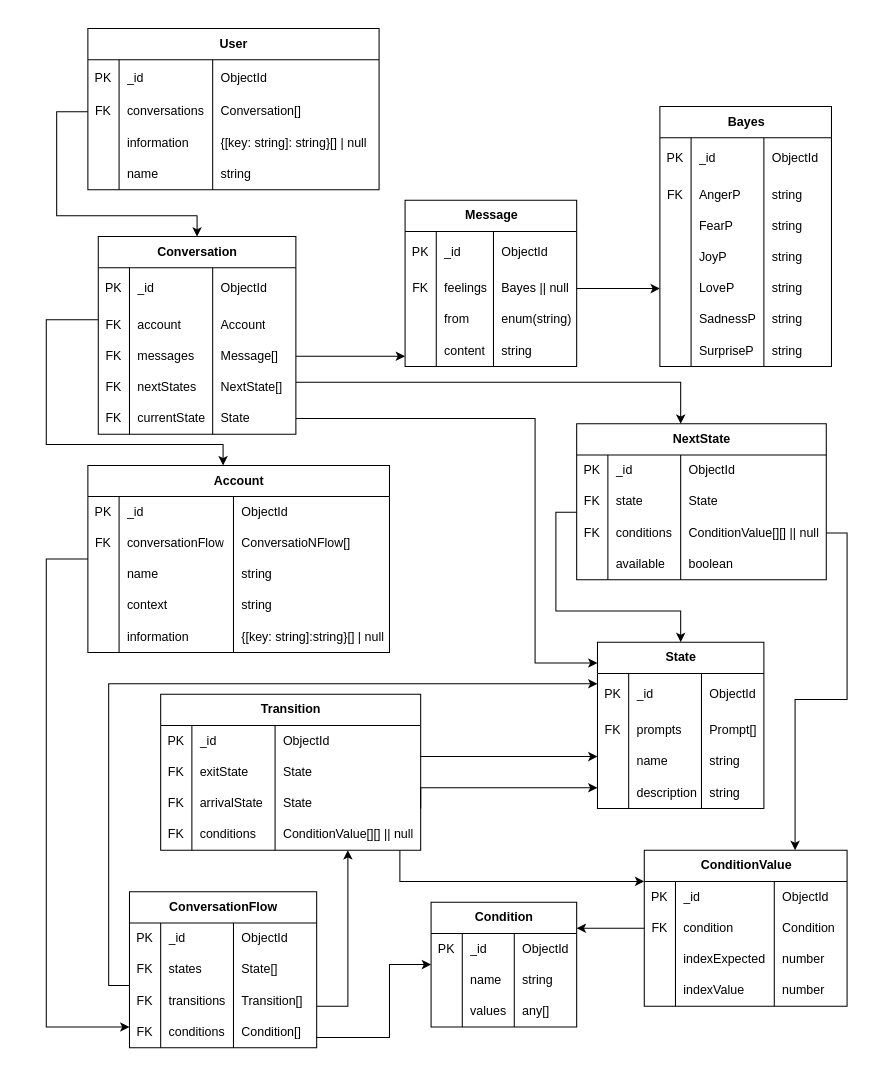
JesseAngeles/Servidor-ChatBot-inteligente keeps this draw.io diagram as Documentation/ER.drawio. Above is the earlier version. Source tidied: cells renumbered, new cells numbered last; positions are measured from the earlier drawing's top-left corner, leaving out a move shared by most shapes. Both pictures are drawn from the tidied source at 104%, with x=0, y=0 at pixel (46, 28).
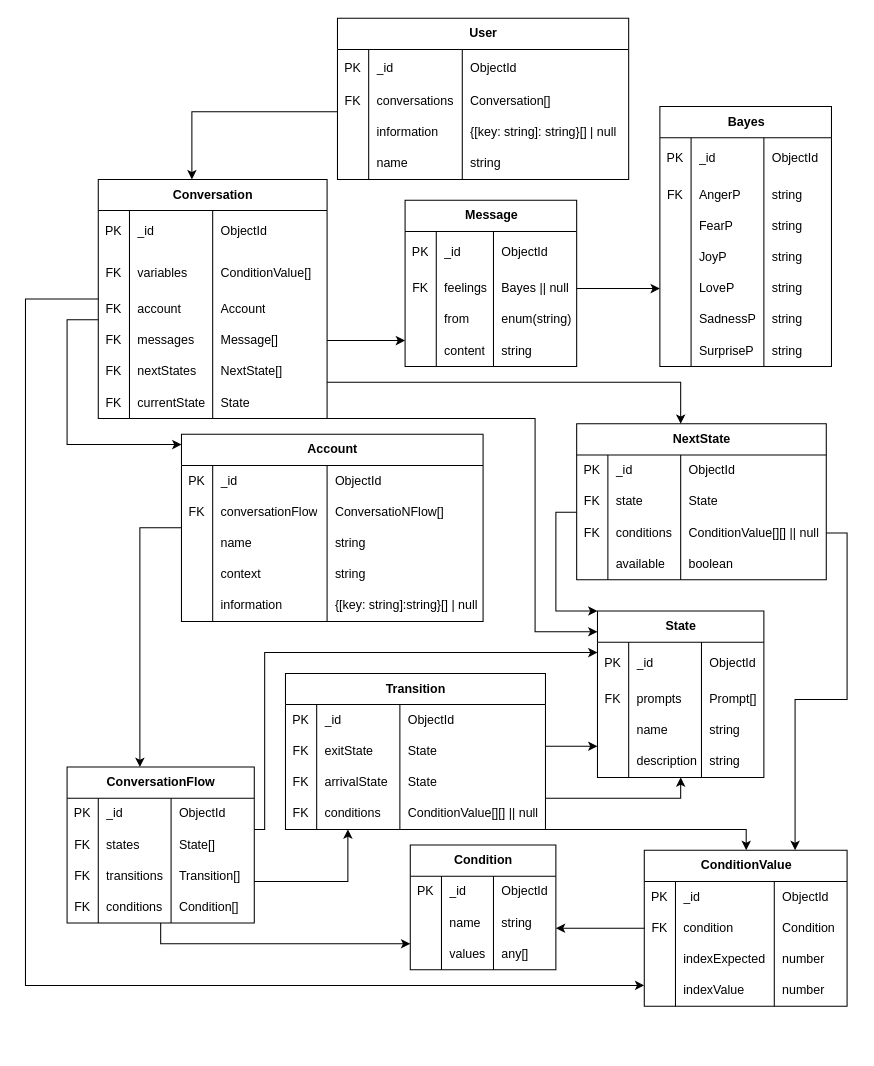
After the change.

Unchanged cells that the change refers to:
```xml
<mxCell id="37" style="shape=tableRow;horizontal=0;startSize=0;swimlaneHead=0;swimlaneBody=0;fillColor=none;points=[[0,0.5],[1,0.5]];portConstraint=eastwest;top=0;left=0;right=0;bottom=0;" parent="32" vertex="1">
  <mxGeometry y="60" width="180" height="30" as="geometry" />
</mxCell>
<mxCell id="41" style="shape=tableRow;horizontal=0;startSize=0;swimlaneHead=0;swimlaneBody=0;fillColor=none;points=[[0,0.5],[1,0.5]];portConstraint=eastwest;top=0;left=0;right=0;bottom=0;" parent="32" vertex="1">
  <mxGeometry y="90" width="180" height="30" as="geometry" />
</mxCell>
<mxCell id="45" style="shape=tableRow;horizontal=0;startSize=0;swimlaneHead=0;swimlaneBody=0;fillColor=none;points=[[0,0.5],[1,0.5]];portConstraint=eastwest;top=0;left=0;right=0;bottom=0;" parent="32" vertex="1">
  <mxGeometry y="120" width="180" height="30" as="geometry" />
</mxCell>
<mxCell id="54" style="shape=tableRow;horizontal=0;startSize=0;swimlaneHead=0;swimlaneBody=0;fillColor=none;points=[[0,0.5],[1,0.5]];portConstraint=eastwest;top=0;left=0;right=0;bottom=0;" parent="49" vertex="1">
  <mxGeometry y="60" width="290" height="30" as="geometry" />
</mxCell>
<mxCell id="75" style="shape=tableRow;horizontal=0;startSize=0;swimlaneHead=0;swimlaneBody=0;fillColor=none;points=[[0,0.5],[1,0.5]];portConstraint=eastwest;top=0;left=0;right=0;bottom=0;" parent="70" vertex="1">
  <mxGeometry y="60" width="250" height="30" as="geometry" />
</mxCell>
<mxCell id="79" style="shape=tableRow;horizontal=0;startSize=0;swimlaneHead=0;swimlaneBody=0;fillColor=none;points=[[0,0.5],[1,0.5]];portConstraint=eastwest;top=0;left=0;right=0;bottom=0;" parent="70" vertex="1">
  <mxGeometry y="90" width="250" height="30" as="geometry" />
</mxCell>
<mxCell id="83" style="shape=tableRow;horizontal=0;startSize=0;swimlaneHead=0;swimlaneBody=0;fillColor=none;points=[[0,0.5],[1,0.5]];portConstraint=eastwest;top=0;left=0;right=0;bottom=0;" parent="70" vertex="1">
  <mxGeometry y="120" width="250" height="30" as="geometry" />
</mxCell>
<mxCell id="104" value="ConditionValue" style="shape=table;startSize=30;childLayout=tableLayout;rowLines=0;fontStyle=1;align=center;html=1;" parent="1" vertex="1">
  <mxGeometry x="575" y="790" width="195" height="150" as="geometry" />
</mxCell>
<mxCell id="138" style="shape=tableRow;horizontal=0;startSize=0;swimlaneHead=0;swimlaneBody=0;fillColor=none;points=[[0,0.5],[1,0.5]];portConstraint=eastwest;top=0;left=0;right=0;bottom=0;" parent="133" vertex="1">
  <mxGeometry y="65" width="280" height="30" as="geometry" />
</mxCell>
```

Change to the diagram source:
```diff
@@
     <mxCell id="2" value="State" style="shape=table;startSize=30;childLayout=tableLayout;rowLines=0;fontStyle=1;align=center;html=1;" parent="1" vertex="1">
-      <mxGeometry x="530" y="590" width="160" height="160" as="geometry" />
+      <mxGeometry x="530" y="560" width="160" height="160" as="geometry" />
     </mxCell>
@@
     <mxCell id="19" value="Condition" style="shape=table;startSize=30;childLayout=tableLayout;rowLines=0;fontStyle=1;align=center;html=1;" parent="1" vertex="1">
-      <mxGeometry x="370" y="840" width="140" height="120" as="geometry" />
+      <mxGeometry x="350" y="785" width="140" height="120" as="geometry" />
     </mxCell>
@@
     <mxCell id="32" value="ConversationFlow" style="shape=table;startSize=30;childLayout=tableLayout;rowLines=0;fontStyle=1;align=center;html=1;" parent="1" vertex="1">
-      <mxGeometry x="80" y="830" width="180" height="150" as="geometry" />
+      <mxGeometry x="20" y="710" width="180" height="150" as="geometry" />
     </mxCell>
@@
     <mxCell id="49" value="Account" style="shape=table;startSize=30;childLayout=tableLayout;rowLines=0;fontStyle=1;align=center;html=1;" parent="1" vertex="1">
-      <mxGeometry x="40" y="420" width="290" height="180" as="geometry" />
+      <mxGeometry x="130" y="390" width="290" height="180" as="geometry" />
     </mxCell>
@@
     <mxCell id="70" value="Transition" style="shape=table;startSize=30;childLayout=tableLayout;rowLines=0;fontStyle=1;align=center;html=1;" parent="1" vertex="1">
-      <mxGeometry x="110" y="640" width="250" height="150" as="geometry" />
+      <mxGeometry x="230" y="620" width="250" height="150" as="geometry" />
     </mxCell>
@@
-    <mxCell id="121" style="endArrow=classic;html=1;rounded=0;edgeStyle=orthogonalEdgeStyle;" parent="1" edge="1" target="2">
+    <mxCell id="121" style="endArrow=classic;html=1;rounded=0;edgeStyle=orthogonalEdgeStyle;" parent="1" edge="1" source="79" target="2">
       <mxGeometry relative="1" as="geometry">
-        <mxPoint x="360" y="750" as="sourcePoint" />
         <Array as="points">
-          <mxPoint x="360" y="730" />
+          <mxPoint x="610" y="740" />
         </Array>
       </mxGeometry>
     </mxCell>
     <mxCell id="122" style="endArrow=classic;html=1;rounded=0;edgeStyle=orthogonalEdgeStyle;" parent="1" edge="1" source="75" target="2">
       <mxGeometry relative="1" as="geometry">
         <Array as="points">
-          <mxPoint x="440" y="700" />
-          <mxPoint x="440" y="700" />
+          <mxPoint x="510" y="690" />
+          <mxPoint x="510" y="690" />
         </Array>
       </mxGeometry>
     </mxCell>
     <mxCell id="123" style="endArrow=classic;html=1;rounded=0;edgeStyle=orthogonalEdgeStyle;" parent="1" edge="1" source="41" target="70">
       <mxGeometry relative="1" as="geometry">
         <Array as="points">
-          <mxPoint x="290" y="940" />
+          <mxPoint x="290" y="820" />
         </Array>
       </mxGeometry>
     </mxCell>
     <mxCell id="124" style="endArrow=classic;html=1;rounded=0;edgeStyle=orthogonalEdgeStyle;" parent="1" edge="1" source="37" target="2">
       <mxGeometry relative="1" as="geometry">
         <Array as="points">
-          <mxPoint x="60" y="920" />
-          <mxPoint x="60" y="630" />
+          <mxPoint x="210" y="770" />
+          <mxPoint x="210" y="600" />
         </Array>
       </mxGeometry>
     </mxCell>
     <mxCell id="125" style="endArrow=classic;html=1;rounded=0;edgeStyle=orthogonalEdgeStyle;" parent="1" edge="1" source="45" target="19">
       <mxGeometry relative="1" as="geometry">
         <Array as="points">
-          <mxPoint x="330" y="970" />
-          <mxPoint x="330" y="900" />
+          <mxPoint x="110" y="880" />
         </Array>
       </mxGeometry>
     </mxCell>
@@
     <mxCell id="128" style="endArrow=classic;html=1;rounded=0;edgeStyle=orthogonalEdgeStyle;" parent="1" edge="1" source="167" target="2">
       <mxGeometry relative="1" as="geometry">
         <Array as="points">
           <mxPoint x="470" y="375" />
-          <mxPoint x="470" y="610" />
+          <mxPoint x="470" y="580" />
         </Array>
       </mxGeometry>
     </mxCell>
@@
     <mxCell id="130" style="endArrow=classic;html=1;rounded=0;edgeStyle=orthogonalEdgeStyle;" parent="1" edge="1" source="54" target="32">
       <mxGeometry relative="1" as="geometry">
         <Array as="points">
-          <mxPoint y="510" />
-          <mxPoint y="960" />
+          <mxPoint x="90" y="480" />
         </Array>
       </mxGeometry>
     </mxCell>
     <mxCell id="131" style="endArrow=classic;html=1;rounded=0;edgeStyle=orthogonalEdgeStyle;" parent="1" edge="1" source="83" target="104">
       <mxGeometry relative="1" as="geometry">
         <Array as="points">
-          <mxPoint x="340" y="820" />
+          <mxPoint x="673" y="770" />
         </Array>
       </mxGeometry>
     </mxCell>
@@
     <mxCell id="133" value="User" style="shape=table;startSize=30;childLayout=tableLayout;rowLines=0;fontStyle=1;align=center;html=1;" parent="1" vertex="1">
-      <mxGeometry x="40" width="280" height="155" as="geometry" />
+      <mxGeometry x="280" y="-10" width="280" height="155" as="geometry" />
     </mxCell>
@@
     <mxCell id="150" value="Conversation" style="shape=table;startSize=30;childLayout=tableLayout;rowLines=0;fontStyle=1;align=center;html=1;" parent="1" vertex="1">
-      <mxGeometry x="50" y="200" width="190" height="190" as="geometry" />
+      <mxGeometry x="50" y="145" width="220" height="230" as="geometry" />
     </mxCell>
     <mxCell id="151" style="shape=tableRow;horizontal=0;startSize=0;swimlaneHead=0;swimlaneBody=0;fillColor=none;top=0;left=0;right=0;bottom=0;" parent="150" vertex="1">
-      <mxGeometry y="30" width="190" height="40" as="geometry" />
+      <mxGeometry y="30" width="220" height="40" as="geometry" />
     </mxCell>
@@
     <mxCell id="154" value="ObjectId" style="shape=partialRectangle;fillColor=none;top=0;left=0;bottom=0;right=0;align=left;spacingLeft=6;overflow=hidden;whiteSpace=wrap;html=1;" parent="151" vertex="1">
-      <mxGeometry x="110" width="80" height="40" as="geometry" />
+      <mxGeometry x="110" width="110" height="40" as="geometry" />
     </mxCell>
+    <mxCell id="221" style="shape=tableRow;horizontal=0;startSize=0;swimlaneHead=0;swimlaneBody=0;fillColor=none;top=0;left=0;right=0;bottom=0;" parent="150" vertex="1">
+      <mxGeometry y="70" width="220" height="40" as="geometry" />
+    </mxCell>
+    <mxCell id="222" value="FK" style="shape=partialRectangle;fillColor=none;top=0;left=0;bottom=0;right=0;overflow=hidden;whiteSpace=wrap;html=1;" parent="221" vertex="1">
+      <mxGeometry width="30" height="40" as="geometry" />
+    </mxCell>
+    <mxCell id="223" value="variables" style="shape=partialRectangle;fillColor=none;top=0;left=0;bottom=0;right=0;align=left;spacingLeft=6;overflow=hidden;whiteSpace=wrap;html=1;" parent="221" vertex="1">
+      <mxGeometry x="30" width="80" height="40" as="geometry" />
+    </mxCell>
+    <mxCell id="224" value="ConditionValue[]" style="shape=partialRectangle;fillColor=none;top=0;left=0;bottom=0;right=0;align=left;spacingLeft=6;overflow=hidden;whiteSpace=wrap;html=1;" parent="221" vertex="1">
+      <mxGeometry x="110" width="110" height="40" as="geometry" />
+    </mxCell>
     <mxCell id="155" style="shape=tableRow;horizontal=0;startSize=0;swimlaneHead=0;swimlaneBody=0;fillColor=none;points=[[0,0.5],[1,0.5]];portConstraint=eastwest;top=0;left=0;right=0;bottom=0;" parent="150" vertex="1">
-      <mxGeometry y="70" width="190" height="30" as="geometry" />
+      <mxGeometry y="110" width="220" height="30" as="geometry" />
     </mxCell>
@@
     <mxCell id="158" value="Account" style="shape=partialRectangle;fillColor=none;top=0;left=0;bottom=0;right=0;align=left;spacingLeft=6;overflow=hidden;whiteSpace=wrap;html=1;" parent="155" vertex="1">
-      <mxGeometry x="110" width="80" height="30" as="geometry" />
+      <mxGeometry x="110" width="110" height="30" as="geometry" />
     </mxCell>
     <mxCell id="159" style="shape=tableRow;horizontal=0;startSize=0;swimlaneHead=0;swimlaneBody=0;fillColor=none;points=[[0,0.5],[1,0.5]];portConstraint=eastwest;top=0;left=0;right=0;bottom=0;" parent="150" vertex="1">
-      <mxGeometry y="100" width="190" height="30" as="geometry" />
+      <mxGeometry y="140" width="220" height="30" as="geometry" />
     </mxCell>
@@
     <mxCell id="162" value="Message[]" style="shape=partialRectangle;fillColor=none;top=0;left=0;bottom=0;right=0;align=left;spacingLeft=6;overflow=hidden;whiteSpace=wrap;html=1;" parent="159" vertex="1">
-      <mxGeometry x="110" width="80" height="30" as="geometry" />
+      <mxGeometry x="110" width="110" height="30" as="geometry" />
     </mxCell>
     <mxCell id="163" style="shape=tableRow;horizontal=0;startSize=0;swimlaneHead=0;swimlaneBody=0;fillColor=none;points=[[0,0.5],[1,0.5]];portConstraint=eastwest;top=0;left=0;right=0;bottom=0;" parent="150" vertex="1">
-      <mxGeometry y="130" width="190" height="30" as="geometry" />
+      <mxGeometry y="170" width="220" height="30" as="geometry" />
     </mxCell>
@@
     <mxCell id="166" value="NextState[]" style="shape=partialRectangle;fillColor=none;top=0;left=0;bottom=0;right=0;align=left;spacingLeft=6;overflow=hidden;whiteSpace=wrap;html=1;" parent="163" vertex="1">
-      <mxGeometry x="110" width="80" height="30" as="geometry" />
+      <mxGeometry x="110" width="110" height="30" as="geometry" />
     </mxCell>
     <mxCell id="167" style="shape=tableRow;horizontal=0;startSize=0;swimlaneHead=0;swimlaneBody=0;fillColor=none;points=[[0,0.5],[1,0.5]];portConstraint=eastwest;top=0;left=0;right=0;bottom=0;" parent="150" vertex="1">
-      <mxGeometry y="160" width="190" height="30" as="geometry" />
+      <mxGeometry y="200" width="220" height="30" as="geometry" />
     </mxCell>
@@
     <mxCell id="170" value="State" style="shape=partialRectangle;fillColor=none;top=0;left=0;bottom=0;right=0;align=left;spacingLeft=6;overflow=hidden;whiteSpace=wrap;html=1;" parent="167" vertex="1">
-      <mxGeometry x="110" width="80" height="30" as="geometry" />
+      <mxGeometry x="110" width="110" height="30" as="geometry" />
     </mxCell>
     <mxCell id="171" style="endArrow=classic;html=1;rounded=0;edgeStyle=orthogonalEdgeStyle;" parent="1" edge="1" source="155" target="49">
       <mxGeometry relative="1" as="geometry">
         <Array as="points">
-          <mxPoint y="280" />
-          <mxPoint y="400" />
+          <mxPoint x="20" y="280" />
+          <mxPoint x="20" y="400" />
           <mxPoint x="170" y="400" />
         </Array>
       </mxGeometry>
     </mxCell>
@@
     <mxCell id="220" style="endArrow=classic;html=1;rounded=0;edgeStyle=orthogonalEdgeStyle;" parent="1" edge="1" source="138" target="150">
       <mxGeometry relative="1" as="geometry">
         <Array as="points">
-          <mxPoint x="10" y="80" />
-          <mxPoint x="10" y="180" />
-          <mxPoint x="145" y="180" />
+          <mxPoint x="140" y="80" />
         </Array>
       </mxGeometry>
     </mxCell>
+    <mxCell id="225" style="endArrow=classic;html=1;rounded=0;edgeStyle=orthogonalEdgeStyle;" parent="1" edge="1" source="150" target="104">
+      <mxGeometry relative="1" as="geometry">
+        <Array as="points">
+          <mxPoint x="-20" y="260" />
+          <mxPoint x="-20" y="920" />
+        </Array>
+      </mxGeometry>
+    </mxCell>
```
